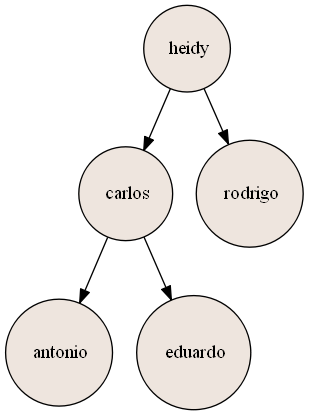
Earlier version of the Graphviz export ArbolABB.png (OmarLetona14/EDD_1S2020_PY1_201700377). Its source is kept beside it as ArbolABB.dot.
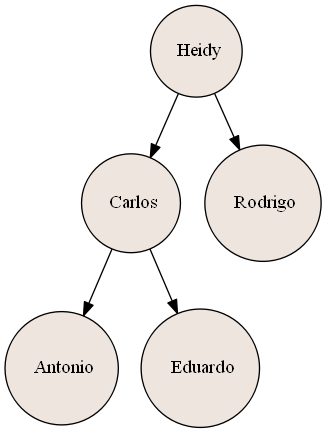
After the change.

Change to the diagram source:
```diff
@@ -1,13 +1,13 @@
 digraph grafica{
 rankdir=TB;
 node [shape = circle, style=filled, fillcolor=seashell2];
-nodoheidy [ label = " heidy"];
-nodocarlos [ label = " carlos"];
-nodoantonio [ label = " antonio"];
-nodoeduardo [ label = " eduardo"];
-nodorodrigo [ label = " rodrigo"];
-nodoheidy: c0->nodocarlos;
-nodoheidy: c1->nodorodrigo;
-nodocarlos: c0->nodoantonio;
-nodocarlos: c1->nodoeduardo;
+nodoHeidy [ label = " Heidy"];
+nodoCarlos [ label = " Carlos"];
+nodoAntonio [ label = " Antonio"];
+nodoEduardo [ label = " Eduardo"];
+nodoRodrigo [ label = " Rodrigo"];
+nodoHeidy: c0->nodoCarlos;
+nodoHeidy: c1->nodoRodrigo;
+nodoCarlos: c0->nodoAntonio;
+nodoCarlos: c1->nodoEduardo;
 }
```
